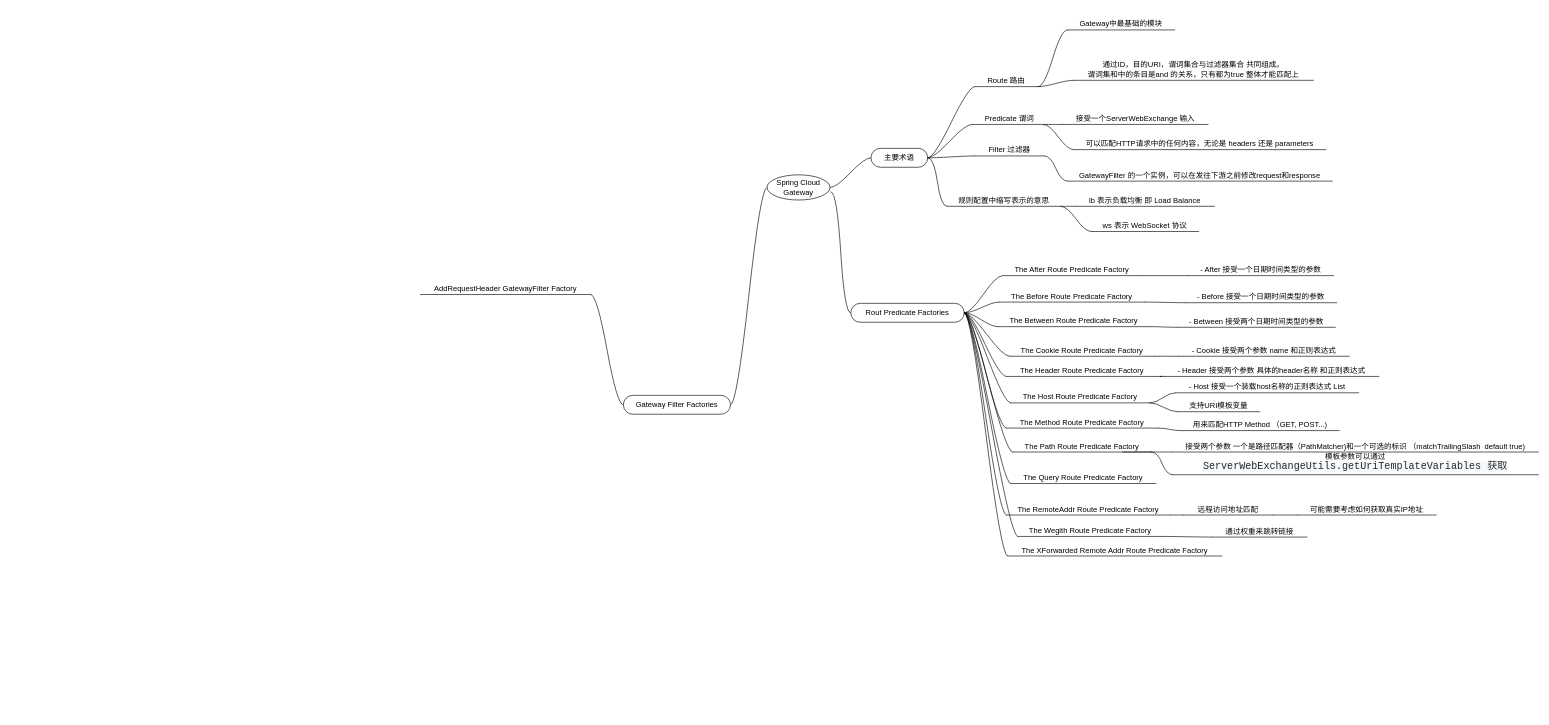
The draw.io diagram Spring-cloud-Gateway.drawio in XiongZen/springLearn, before the edit. Source tidied: cells renumbered, new cells numbered last; positions are measured from the earlier drawing's top-left corner, leaving out a move shared by most shapes. Both pictures are drawn from the tidied source at 63%, with x=0, y=0 at pixel (420, 11).
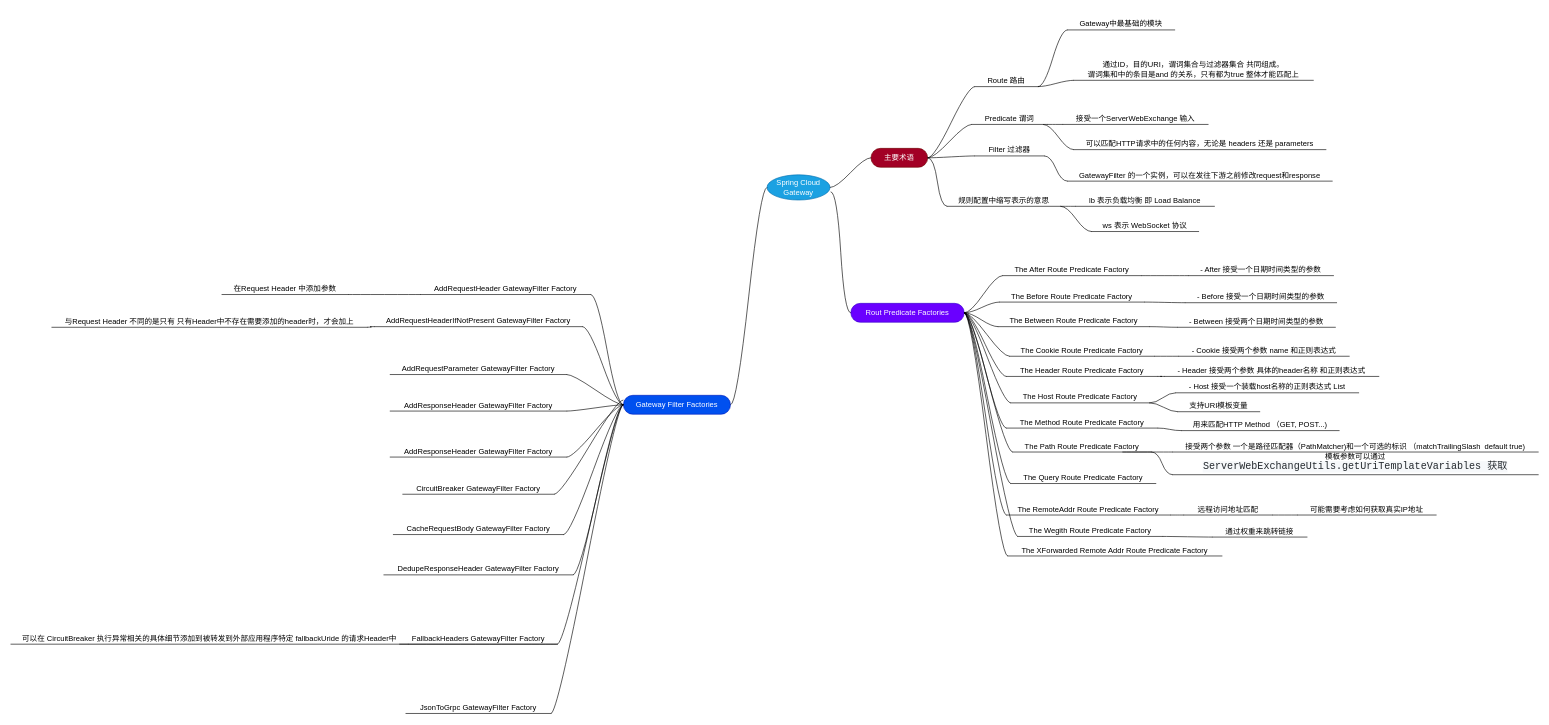
Above is the later version.

Unchanged cells that the change refers to:
```xml
<mxCell id="81" value="AddRequestHeader GatewayFilter Factory" style="whiteSpace=wrap;html=1;shape=partialRectangle;top=0;left=0;bottom=1;right=0;points=[[0,1],[1,1]];fillColor=none;align=center;verticalAlign=bottom;routingCenterY=0.5;snapToPoint=1;newEdgeStyle={&quot;edgeStyle&quot;:&quot;entityRelationEdgeStyle&quot;,&quot;startArrow&quot;:&quot;none&quot;,&quot;endArrow&quot;:&quot;none&quot;,&quot;segment&quot;:10,&quot;curved&quot;:1,&quot;sourcePerimeterSpacing&quot;:0,&quot;targetPerimeterSpacing&quot;:0};" parent="1" vertex="1">
  <mxGeometry y="420" width="270" height="30" as="geometry" />
</mxCell>
```

What changed in the source:
```diff
@@
-    <mxCell id="2" value="Spring Cloud Gateway" style="ellipse;whiteSpace=wrap;html=1;align=center;newEdgeStyle={&quot;edgeStyle&quot;:&quot;entityRelationEdgeStyle&quot;,&quot;startArrow&quot;:&quot;none&quot;,&quot;endArrow&quot;:&quot;none&quot;,&quot;segment&quot;:10,&quot;curved&quot;:1,&quot;sourcePerimeterSpacing&quot;:0,&quot;targetPerimeterSpacing&quot;:0};" parent="1" vertex="1">
+    <mxCell id="2" value="Spring Cloud Gateway" style="ellipse;whiteSpace=wrap;html=1;align=center;newEdgeStyle={&quot;edgeStyle&quot;:&quot;entityRelationEdgeStyle&quot;,&quot;startArrow&quot;:&quot;none&quot;,&quot;endArrow&quot;:&quot;none&quot;,&quot;segment&quot;:10,&quot;curved&quot;:1,&quot;sourcePerimeterSpacing&quot;:0,&quot;targetPerimeterSpacing&quot;:0};fillColor=#1ba1e2;strokeColor=#006EAF;fontColor=#ffffff;" parent="1" vertex="1">
       <mxGeometry x="550" y="260" width="100" height="40" as="geometry" />
     </mxCell>
-    <mxCell id="3" value="主要术语" style="whiteSpace=wrap;html=1;rounded=1;arcSize=50;align=center;verticalAlign=middle;strokeWidth=1;spacing=4;newEdgeStyle={&quot;edgeStyle&quot;:&quot;entityRelationEdgeStyle&quot;,&quot;startArrow&quot;:&quot;none&quot;,&quot;endArrow&quot;:&quot;none&quot;,&quot;segment&quot;:10,&quot;curved&quot;:1,&quot;sourcePerimeterSpacing&quot;:0,&quot;targetPerimeterSpacing&quot;:0};" parent="1" vertex="1">
+    <mxCell id="3" value="主要术语" style="whiteSpace=wrap;html=1;rounded=1;arcSize=50;align=center;verticalAlign=middle;strokeWidth=1;spacing=4;newEdgeStyle={&quot;edgeStyle&quot;:&quot;entityRelationEdgeStyle&quot;,&quot;startArrow&quot;:&quot;none&quot;,&quot;endArrow&quot;:&quot;none&quot;,&quot;segment&quot;:10,&quot;curved&quot;:1,&quot;sourcePerimeterSpacing&quot;:0,&quot;targetPerimeterSpacing&quot;:0};fillColor=#a20025;fontColor=#ffffff;strokeColor=#6F0000;" parent="1" vertex="1">
       <mxGeometry x="715" y="218" width="90" height="30" as="geometry" />
     </mxCell>
@@
-    <mxCell id="22" value="Rout Predicate Factories" style="whiteSpace=wrap;html=1;rounded=1;arcSize=50;align=center;verticalAlign=middle;strokeWidth=1;spacing=4;newEdgeStyle={&quot;edgeStyle&quot;:&quot;entityRelationEdgeStyle&quot;,&quot;startArrow&quot;:&quot;none&quot;,&quot;endArrow&quot;:&quot;none&quot;,&quot;segment&quot;:10,&quot;curved&quot;:1,&quot;sourcePerimeterSpacing&quot;:0,&quot;targetPerimeterSpacing&quot;:0};" parent="1" vertex="1">
+    <mxCell id="22" value="Rout Predicate Factories" style="whiteSpace=wrap;html=1;rounded=1;arcSize=50;align=center;verticalAlign=middle;strokeWidth=1;spacing=4;newEdgeStyle={&quot;edgeStyle&quot;:&quot;entityRelationEdgeStyle&quot;,&quot;startArrow&quot;:&quot;none&quot;,&quot;endArrow&quot;:&quot;none&quot;,&quot;segment&quot;:10,&quot;curved&quot;:1,&quot;sourcePerimeterSpacing&quot;:0,&quot;targetPerimeterSpacing&quot;:0};fillColor=#6a00ff;fontColor=#ffffff;strokeColor=#3700CC;" parent="1" vertex="1">
       <mxGeometry x="683" y="464" width="180" height="30" as="geometry" />
     </mxCell>
@@
-    <mxCell id="70" value="Gateway Filter Factories" style="whiteSpace=wrap;html=1;rounded=1;arcSize=50;align=center;verticalAlign=middle;strokeWidth=1;spacing=4;newEdgeStyle={&quot;edgeStyle&quot;:&quot;entityRelationEdgeStyle&quot;,&quot;startArrow&quot;:&quot;none&quot;,&quot;endArrow&quot;:&quot;none&quot;,&quot;segment&quot;:10,&quot;curved&quot;:1,&quot;sourcePerimeterSpacing&quot;:0,&quot;targetPerimeterSpacing&quot;:0};" parent="1" vertex="1">
+    <mxCell id="70" value="Gateway Filter Factories" style="whiteSpace=wrap;html=1;rounded=1;arcSize=50;align=center;verticalAlign=middle;strokeWidth=1;spacing=4;newEdgeStyle={&quot;edgeStyle&quot;:&quot;entityRelationEdgeStyle&quot;,&quot;startArrow&quot;:&quot;none&quot;,&quot;endArrow&quot;:&quot;none&quot;,&quot;segment&quot;:10,&quot;curved&quot;:1,&quot;sourcePerimeterSpacing&quot;:0,&quot;targetPerimeterSpacing&quot;:0};fillColor=#0050ef;fontColor=#ffffff;strokeColor=#001DBC;" parent="1" vertex="1">
       <mxGeometry x="322" y="610" width="170" height="30" as="geometry" />
     </mxCell>
@@
+    <mxCell id="83" style="edgeStyle=entityRelationEdgeStyle;rounded=0;jettySize=auto;html=1;startArrow=none;endArrow=none;segment=10;curved=1;sourcePerimeterSpacing=0;targetPerimeterSpacing=0;" parent="1" edge="1" source="81" target="85">
+      <mxGeometry relative="1" as="geometry" />
+    </mxCell>
+    <mxCell id="84" style="edgeStyle=entityRelationEdgeStyle;rounded=0;jettySize=auto;html=1;startArrow=none;endArrow=none;segment=10;curved=1;sourcePerimeterSpacing=0;targetPerimeterSpacing=0;exitX=0;exitY=0.5;exitDx=0;exitDy=0;" parent="1" edge="1" source="70" target="88">
+      <mxGeometry relative="1" as="geometry" />
+    </mxCell>
@@
+    <mxCell id="85" value="在Request Header 中添加参数" style="whiteSpace=wrap;html=1;shape=partialRectangle;top=0;left=0;bottom=1;right=0;points=[[0,1],[1,1]];fillColor=none;align=center;verticalAlign=bottom;routingCenterY=0.5;snapToPoint=1;newEdgeStyle={&quot;edgeStyle&quot;:&quot;entityRelationEdgeStyle&quot;,&quot;startArrow&quot;:&quot;none&quot;,&quot;endArrow&quot;:&quot;none&quot;,&quot;segment&quot;:10,&quot;curved&quot;:1,&quot;sourcePerimeterSpacing&quot;:0,&quot;targetPerimeterSpacing&quot;:0};" parent="1" vertex="1">
+      <mxGeometry x="-315" y="420" width="200" height="30" as="geometry" />
+    </mxCell>
+    <mxCell id="86" style="edgeStyle=entityRelationEdgeStyle;rounded=0;jettySize=auto;html=1;startArrow=none;endArrow=none;segment=10;curved=1;sourcePerimeterSpacing=0;targetPerimeterSpacing=0;" parent="1" edge="1" source="88" target="89">
+      <mxGeometry relative="1" as="geometry" />
+    </mxCell>
+    <mxCell id="87" style="edgeStyle=entityRelationEdgeStyle;rounded=0;jettySize=auto;html=1;startArrow=none;endArrow=none;segment=10;curved=1;sourcePerimeterSpacing=0;targetPerimeterSpacing=0;" parent="1" edge="1" source="70" target="91">
+      <mxGeometry relative="1" as="geometry" />
+    </mxCell>
+    <mxCell id="88" value="AddRequestHeaderIfNotPresent GatewayFilter Factory" style="whiteSpace=wrap;html=1;shape=partialRectangle;top=0;left=0;bottom=1;right=0;points=[[0,1],[1,1]];fillColor=none;align=center;verticalAlign=bottom;routingCenterY=0.5;snapToPoint=1;newEdgeStyle={&quot;edgeStyle&quot;:&quot;entityRelationEdgeStyle&quot;,&quot;startArrow&quot;:&quot;none&quot;,&quot;endArrow&quot;:&quot;none&quot;,&quot;segment&quot;:10,&quot;curved&quot;:1,&quot;sourcePerimeterSpacing&quot;:0,&quot;targetPerimeterSpacing&quot;:0};" parent="1" vertex="1">
+      <mxGeometry x="-73" y="471" width="330" height="30" as="geometry" />
+    </mxCell>
+    <mxCell id="89" value="与Request Header 不同的是只有 只有Header中不存在需要添加的header时，才会加上" style="whiteSpace=wrap;html=1;shape=partialRectangle;top=0;left=0;bottom=1;right=0;points=[[0,1],[1,1]];fillColor=none;align=center;verticalAlign=bottom;routingCenterY=0.5;snapToPoint=1;newEdgeStyle={&quot;edgeStyle&quot;:&quot;entityRelationEdgeStyle&quot;,&quot;startArrow&quot;:&quot;none&quot;,&quot;endArrow&quot;:&quot;none&quot;,&quot;segment&quot;:10,&quot;curved&quot;:1,&quot;sourcePerimeterSpacing&quot;:0,&quot;targetPerimeterSpacing&quot;:0};" parent="1" vertex="1">
+      <mxGeometry x="-585" y="472" width="500" height="30" as="geometry" />
+    </mxCell>
+    <mxCell id="90" style="edgeStyle=entityRelationEdgeStyle;rounded=0;jettySize=auto;html=1;startArrow=none;endArrow=none;segment=10;curved=1;sourcePerimeterSpacing=0;targetPerimeterSpacing=0;exitX=0;exitY=0.5;exitDx=0;exitDy=0;" parent="1" edge="1" source="70" target="93">
+      <mxGeometry relative="1" as="geometry" />
+    </mxCell>
+    <mxCell id="91" value="AddRequestParameter GatewayFilter Factory" style="whiteSpace=wrap;html=1;shape=partialRectangle;top=0;left=0;bottom=1;right=0;points=[[0,1],[1,1]];fillColor=none;align=center;verticalAlign=bottom;routingCenterY=0.5;snapToPoint=1;newEdgeStyle={&quot;edgeStyle&quot;:&quot;entityRelationEdgeStyle&quot;,&quot;startArrow&quot;:&quot;none&quot;,&quot;endArrow&quot;:&quot;none&quot;,&quot;segment&quot;:10,&quot;curved&quot;:1,&quot;sourcePerimeterSpacing&quot;:0,&quot;targetPerimeterSpacing&quot;:0};" parent="1" vertex="1">
+      <mxGeometry x="-48" y="547" width="280" height="30" as="geometry" />
+    </mxCell>
+    <mxCell id="92" style="edgeStyle=entityRelationEdgeStyle;rounded=0;jettySize=auto;html=1;startArrow=none;endArrow=none;segment=10;curved=1;sourcePerimeterSpacing=0;targetPerimeterSpacing=0;exitX=0;exitY=0.5;exitDx=0;exitDy=0;" parent="1" edge="1" source="70" target="95">
+      <mxGeometry relative="1" as="geometry" />
+    </mxCell>
+    <mxCell id="93" value="AddResponseHeader GatewayFilter Factory" style="whiteSpace=wrap;html=1;shape=partialRectangle;top=0;left=0;bottom=1;right=0;points=[[0,1],[1,1]];fillColor=none;align=center;verticalAlign=bottom;routingCenterY=0.5;snapToPoint=1;newEdgeStyle={&quot;edgeStyle&quot;:&quot;entityRelationEdgeStyle&quot;,&quot;startArrow&quot;:&quot;none&quot;,&quot;endArrow&quot;:&quot;none&quot;,&quot;segment&quot;:10,&quot;curved&quot;:1,&quot;sourcePerimeterSpacing&quot;:0,&quot;targetPerimeterSpacing&quot;:0};" parent="1" vertex="1">
+      <mxGeometry x="-48" y="605" width="280" height="30" as="geometry" />
+    </mxCell>
+    <mxCell id="94" style="edgeStyle=entityRelationEdgeStyle;rounded=0;jettySize=auto;html=1;startArrow=none;endArrow=none;segment=10;curved=1;sourcePerimeterSpacing=0;targetPerimeterSpacing=0;exitX=0;exitY=0.25;exitDx=0;exitDy=0;" parent="1" edge="1" source="70" target="97">
+      <mxGeometry relative="1" as="geometry" />
+    </mxCell>
+    <mxCell id="95" value="AddResponseHeader GatewayFilter Factory" style="whiteSpace=wrap;html=1;shape=partialRectangle;top=0;left=0;bottom=1;right=0;points=[[0,1],[1,1]];fillColor=none;align=center;verticalAlign=bottom;routingCenterY=0.5;snapToPoint=1;newEdgeStyle={&quot;edgeStyle&quot;:&quot;entityRelationEdgeStyle&quot;,&quot;startArrow&quot;:&quot;none&quot;,&quot;endArrow&quot;:&quot;none&quot;,&quot;segment&quot;:10,&quot;curved&quot;:1,&quot;sourcePerimeterSpacing&quot;:0,&quot;targetPerimeterSpacing&quot;:0};" parent="1" vertex="1">
+      <mxGeometry x="-48" y="678" width="280" height="30" as="geometry" />
+    </mxCell>
+    <mxCell id="96" style="edgeStyle=entityRelationEdgeStyle;rounded=0;jettySize=auto;html=1;startArrow=none;endArrow=none;segment=10;curved=1;sourcePerimeterSpacing=0;targetPerimeterSpacing=0;exitX=0;exitY=0.5;exitDx=0;exitDy=0;" parent="1" edge="1" source="70" target="99">
+      <mxGeometry relative="1" as="geometry" />
+    </mxCell>
+    <mxCell id="97" value="CircuitBreaker GatewayFilter Factory" style="whiteSpace=wrap;html=1;shape=partialRectangle;top=0;left=0;bottom=1;right=0;points=[[0,1],[1,1]];fillColor=none;align=center;verticalAlign=bottom;routingCenterY=0.5;snapToPoint=1;newEdgeStyle={&quot;edgeStyle&quot;:&quot;entityRelationEdgeStyle&quot;,&quot;startArrow&quot;:&quot;none&quot;,&quot;endArrow&quot;:&quot;none&quot;,&quot;segment&quot;:10,&quot;curved&quot;:1,&quot;sourcePerimeterSpacing&quot;:0,&quot;targetPerimeterSpacing&quot;:0};" parent="1" vertex="1">
+      <mxGeometry x="-28" y="737" width="240" height="30" as="geometry" />
+    </mxCell>
+    <mxCell id="98" style="edgeStyle=entityRelationEdgeStyle;rounded=0;jettySize=auto;html=1;startArrow=none;endArrow=none;segment=10;curved=1;sourcePerimeterSpacing=0;targetPerimeterSpacing=0;exitX=0;exitY=0.5;exitDx=0;exitDy=0;" parent="1" edge="1" source="70" target="101">
+      <mxGeometry relative="1" as="geometry" />
+    </mxCell>
+    <mxCell id="99" value="CacheRequestBody GatewayFilter Factory" style="whiteSpace=wrap;html=1;shape=partialRectangle;top=0;left=0;bottom=1;right=0;points=[[0,1],[1,1]];fillColor=none;align=center;verticalAlign=bottom;routingCenterY=0.5;snapToPoint=1;newEdgeStyle={&quot;edgeStyle&quot;:&quot;entityRelationEdgeStyle&quot;,&quot;startArrow&quot;:&quot;none&quot;,&quot;endArrow&quot;:&quot;none&quot;,&quot;segment&quot;:10,&quot;curved&quot;:1,&quot;sourcePerimeterSpacing&quot;:0,&quot;targetPerimeterSpacing&quot;:0};" parent="1" vertex="1">
+      <mxGeometry x="-43" y="801" width="270" height="30" as="geometry" />
+    </mxCell>
+    <mxCell id="100" style="edgeStyle=entityRelationEdgeStyle;rounded=0;jettySize=auto;html=1;startArrow=none;endArrow=none;segment=10;curved=1;sourcePerimeterSpacing=0;targetPerimeterSpacing=0;exitX=0;exitY=0.5;exitDx=0;exitDy=0;" parent="1" edge="1" source="70" target="104">
+      <mxGeometry relative="1" as="geometry" />
+    </mxCell>
+    <mxCell id="101" value="DedupeResponseHeader GatewayFilter Factory" style="whiteSpace=wrap;html=1;shape=partialRectangle;top=0;left=0;bottom=1;right=0;points=[[0,1],[1,1]];fillColor=none;align=center;verticalAlign=bottom;routingCenterY=0.5;snapToPoint=1;newEdgeStyle={&quot;edgeStyle&quot;:&quot;entityRelationEdgeStyle&quot;,&quot;startArrow&quot;:&quot;none&quot;,&quot;endArrow&quot;:&quot;none&quot;,&quot;segment&quot;:10,&quot;curved&quot;:1,&quot;sourcePerimeterSpacing&quot;:0,&quot;targetPerimeterSpacing&quot;:0};" parent="1" vertex="1">
+      <mxGeometry x="-58" y="865" width="300" height="30" as="geometry" />
+    </mxCell>
+    <mxCell id="102" style="edgeStyle=entityRelationEdgeStyle;rounded=0;jettySize=auto;html=1;startArrow=none;endArrow=none;segment=10;curved=1;sourcePerimeterSpacing=0;targetPerimeterSpacing=0;" parent="1" edge="1" source="104" target="105">
+      <mxGeometry relative="1" as="geometry" />
+    </mxCell>
+    <mxCell id="103" style="edgeStyle=entityRelationEdgeStyle;rounded=0;jettySize=auto;html=1;startArrow=none;endArrow=none;segment=10;curved=1;sourcePerimeterSpacing=0;targetPerimeterSpacing=0;" parent="1" edge="1" source="70" target="106">
+      <mxGeometry relative="1" as="geometry" />
+    </mxCell>
+    <mxCell id="104" value="FallbackHeaders GatewayFilter Factory" style="whiteSpace=wrap;html=1;shape=partialRectangle;top=0;left=0;bottom=1;right=0;points=[[0,1],[1,1]];fillColor=none;align=center;verticalAlign=bottom;routingCenterY=0.5;snapToPoint=1;newEdgeStyle={&quot;edgeStyle&quot;:&quot;entityRelationEdgeStyle&quot;,&quot;startArrow&quot;:&quot;none&quot;,&quot;endArrow&quot;:&quot;none&quot;,&quot;segment&quot;:10,&quot;curved&quot;:1,&quot;sourcePerimeterSpacing&quot;:0,&quot;targetPerimeterSpacing&quot;:0};" parent="1" vertex="1">
+      <mxGeometry x="-33" y="975" width="250" height="30" as="geometry" />
+    </mxCell>
+    <mxCell id="105" value="可以在 CircuitBreaker 执行异常相关的具体细节添加到被转发到外部应用程序特定 fallbackUride 的请求Header中" style="whiteSpace=wrap;html=1;shape=partialRectangle;top=0;left=0;bottom=1;right=0;points=[[0,1],[1,1]];fillColor=none;align=center;verticalAlign=bottom;routingCenterY=0.5;snapToPoint=1;newEdgeStyle={&quot;edgeStyle&quot;:&quot;entityRelationEdgeStyle&quot;,&quot;startArrow&quot;:&quot;none&quot;,&quot;endArrow&quot;:&quot;none&quot;,&quot;segment&quot;:10,&quot;curved&quot;:1,&quot;sourcePerimeterSpacing&quot;:0,&quot;targetPerimeterSpacing&quot;:0};" parent="1" vertex="1">
+      <mxGeometry x="-650" y="975" width="630" height="30" as="geometry" />
+    </mxCell>
+    <mxCell id="106" value="JsonToGrpc GatewayFilter Factory" style="whiteSpace=wrap;html=1;shape=partialRectangle;top=0;left=0;bottom=1;right=0;points=[[0,1],[1,1]];fillColor=none;align=center;verticalAlign=bottom;routingCenterY=0.5;snapToPoint=1;newEdgeStyle={&quot;edgeStyle&quot;:&quot;entityRelationEdgeStyle&quot;,&quot;startArrow&quot;:&quot;none&quot;,&quot;endArrow&quot;:&quot;none&quot;,&quot;segment&quot;:10,&quot;curved&quot;:1,&quot;sourcePerimeterSpacing&quot;:0,&quot;targetPerimeterSpacing&quot;:0};" parent="1" vertex="1">
+      <mxGeometry x="-23" y="1085" width="230" height="30" as="geometry" />
+    </mxCell>
```
